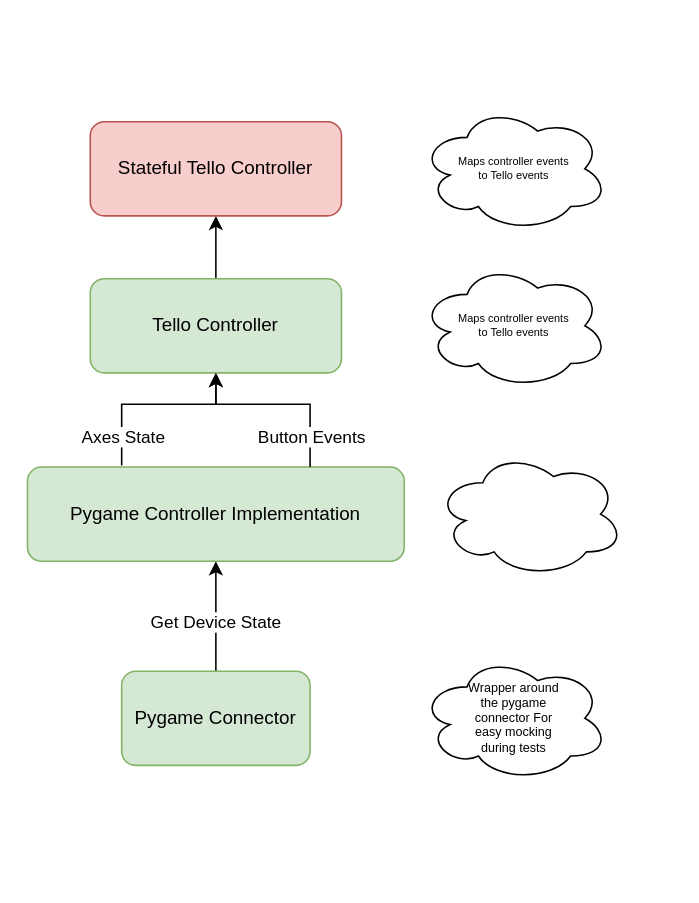
anjrew/dji-tello-playground keeps this draw.io diagram as docs/drawings/controllers.drawio. Above is the earlier version. Source tidied: cells renumbered, new cells numbered last; positions are measured from the earlier drawing's top-left corner, leaving out a move shared by most shapes. Both pictures are drawn from the tidied source at 157%, with x=0, y=0 at pixel (27, 105).
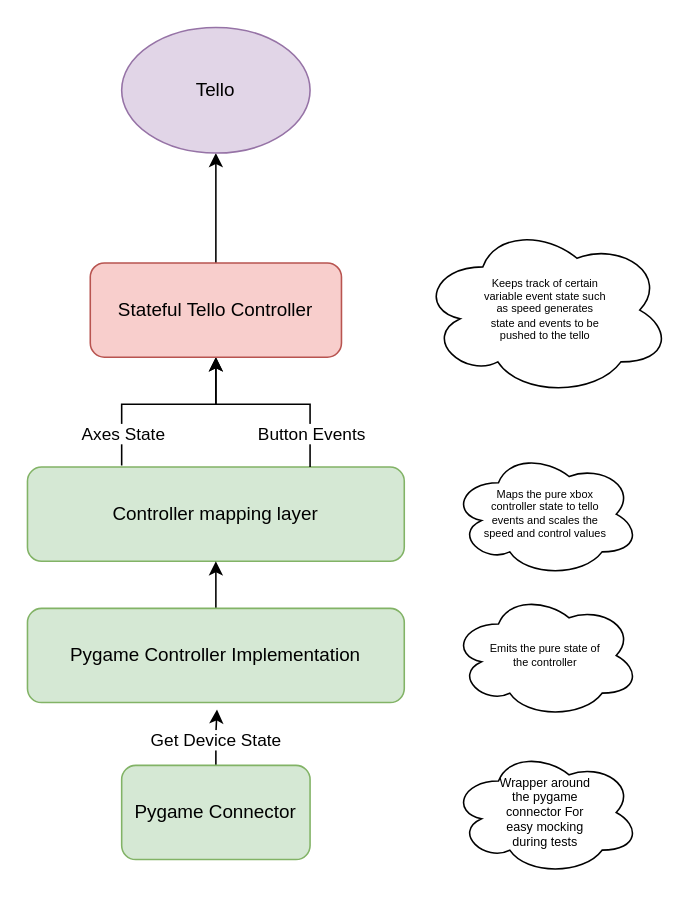
The same page after the edit.

Commit message (it also covers changes not shown here):
Fix the xbox state

What changed in the source:
```diff
@@
-    <mxCell id="2" style="edgeStyle=orthogonalEdgeStyle;rounded=0;jettySize=auto;html=1;entryX=0.5;entryY=1;entryDx=0;entryDy=0;" parent="1" edge="1" source="4" target="7">
+    <mxCell id="2" style="edgeStyle=orthogonalEdgeStyle;rounded=0;jettySize=auto;html=1;entryX=0.503;entryY=1.073;entryDx=0;entryDy=0;entryPerimeter=0;" parent="1" edge="1" source="4" target="19">
       <mxGeometry relative="1" as="geometry" />
     </mxCell>
@@
     <mxCell id="4" value="Pygame Connector" style="rounded=1;whiteSpace=wrap;html=1;fillColor=#d5e8d4;strokeColor=#82b366;" parent="1" vertex="1">
-      <mxGeometry x="60" y="360" width="120" height="60" as="geometry" />
+      <mxGeometry x="60" y="420" width="120" height="60" as="geometry" />
     </mxCell>
-    <mxCell id="5" style="edgeStyle=orthogonalEdgeStyle;rounded=0;jettySize=auto;html=1;entryX=0.5;entryY=1;entryDx=0;entryDy=0;" parent="1" edge="1" target="9">
+    <mxCell id="5" style="edgeStyle=orthogonalEdgeStyle;rounded=0;orthogonalLoop=1;jettySize=auto;html=1;" parent="1" edge="1">
       <mxGeometry relative="1" as="geometry">
         <mxPoint x="60" y="229" as="sourcePoint" />
+        <mxPoint x="120" y="160" as="targetPoint" />
         <Array as="points">
           <mxPoint x="60" y="229" />
           <mxPoint x="60" y="190" />
           <mxPoint x="120" y="190" />
         </Array>
       </mxGeometry>
     </mxCell>
@@
-    <mxCell id="7" value="Pygame Controller Implementation" style="rounded=1;whiteSpace=wrap;html=1;fillColor=#d5e8d4;strokeColor=#82b366;" parent="1" vertex="1">
+    <mxCell id="7" value="Controller mapping layer" style="rounded=1;whiteSpace=wrap;html=1;fillColor=#d5e8d4;strokeColor=#82b366;" parent="1" vertex="1">
       <mxGeometry y="230" width="240" height="60" as="geometry" />
     </mxCell>
-    <mxCell id="8" style="edgeStyle=orthogonalEdgeStyle;rounded=0;jettySize=auto;html=1;" parent="1" edge="1" source="9" target="12">
-      <mxGeometry relative="1" as="geometry" />
-    </mxCell>
-    <mxCell id="9" value="Tello Controller " style="rounded=1;whiteSpace=wrap;html=1;fillColor=#d5e8d4;strokeColor=#82b366;" parent="1" vertex="1">
-      <mxGeometry x="40" y="110" width="160" height="60" as="geometry" />
-    </mxCell>
-    <mxCell id="10" style="edgeStyle=orthogonalEdgeStyle;rounded=0;jettySize=auto;html=1;entryX=0.5;entryY=1;entryDx=0;entryDy=0;" parent="1" edge="1" source="7" target="9">
+    <mxCell id="10" style="edgeStyle=orthogonalEdgeStyle;rounded=0;jettySize=auto;html=1;" parent="1" edge="1" source="7" target="12">
       <mxGeometry relative="1" as="geometry">
         <Array as="points">
           <mxPoint x="180" y="190" />
           <mxPoint x="120" y="190" />
-          <mxPoint x="120" y="170" />
         </Array>
       </mxGeometry>
     </mxCell>
@@
+    <mxCell id="17" style="edgeStyle=none;html=1;entryX=0.5;entryY=1;entryDx=0;entryDy=0;" parent="1" edge="1" source="12" target="21">
+      <mxGeometry relative="1" as="geometry" />
+    </mxCell>
     <mxCell id="12" value="Stateful Tello Controller" style="rounded=1;whiteSpace=wrap;html=1;fillColor=#f8cecc;strokeColor=#b85450;" parent="1" vertex="1">
-      <mxGeometry x="40" y="10" width="160" height="60" as="geometry" />
+      <mxGeometry x="40" y="100" width="160" height="60" as="geometry" />
     </mxCell>
-    <mxCell id="13" value="Maps controller events to Tello events" style="ellipse;shape=cloud;whiteSpace=wrap;html=1;spacingLeft=20;spacingBottom=0;fontSize=7;spacingRight=20;" parent="1" vertex="1">
-      <mxGeometry x="250" y="100" width="120" height="80" as="geometry" />
-    </mxCell>
     <mxCell id="14" value="&lt;font style=&quot;font-size: 8px;&quot;&gt;Wrapper around the pygame connector For easy mocking during tests&lt;/font&gt;" style="ellipse;shape=cloud;whiteSpace=wrap;html=1;fontSize=8;spacingLeft=25;spacingBottom=0;spacingRight=25;" parent="1" vertex="1">
-      <mxGeometry x="250" y="350" width="120" height="80" as="geometry" />
+      <mxGeometry x="270" y="410" width="120" height="80" as="geometry" />
     </mxCell>
-    <mxCell id="15" style="ellipse;shape=cloud;whiteSpace=wrap;html=1;" parent="1" vertex="1">
-      <mxGeometry x="260" y="220" width="120" height="80" as="geometry" />
+    <mxCell id="15" value="Emits the pure state of the controller" style="ellipse;shape=cloud;whiteSpace=wrap;html=1;fontSize=7;spacingLeft=20;spacingRight=20;" parent="1" vertex="1">
+      <mxGeometry x="270" y="310" width="120" height="80" as="geometry" />
     </mxCell>
-    <mxCell id="16" value="Maps controller events to Tello events" style="ellipse;shape=cloud;whiteSpace=wrap;html=1;spacingLeft=20;spacingBottom=0;fontSize=7;spacingRight=20;" parent="1" vertex="1">
-      <mxGeometry x="250" width="120" height="80" as="geometry" />
+    <mxCell id="16" value="Keeps track of certain variable event state such as speed generates state and events to be pushed to the tello" style="ellipse;shape=cloud;whiteSpace=wrap;html=1;spacingLeft=40;spacingBottom=0;fontSize=7;spacingRight=40;" parent="1" vertex="1">
+      <mxGeometry x="250" y="75" width="160" height="110" as="geometry" />
     </mxCell>
+    <mxCell id="18" style="edgeStyle=orthogonalEdgeStyle;rounded=0;jettySize=auto;html=1;entryX=0.5;entryY=1;entryDx=0;entryDy=0;" parent="1" edge="1" source="19" target="7">
+      <mxGeometry relative="1" as="geometry" />
+    </mxCell>
+    <mxCell id="19" value="Pygame Controller Implementation" style="rounded=1;whiteSpace=wrap;html=1;fillColor=#d5e8d4;strokeColor=#82b366;" parent="1" vertex="1">
+      <mxGeometry y="320" width="240" height="60" as="geometry" />
+    </mxCell>
+    <mxCell id="20" value="Maps the pure xbox controller state to tello events and scales the speed and control values" style="ellipse;shape=cloud;whiteSpace=wrap;html=1;fontSize=7;spacingLeft=20;spacingRight=20;" parent="1" vertex="1">
+      <mxGeometry x="270" y="220" width="120" height="80" as="geometry" />
+    </mxCell>
+    <mxCell id="21" value="Tello" style="ellipse;whiteSpace=wrap;html=1;fillColor=#e1d5e7;strokeColor=#9673a6;" parent="1" vertex="1">
+      <mxGeometry x="60" y="-50" width="120" height="80" as="geometry" />
+    </mxCell>
```
